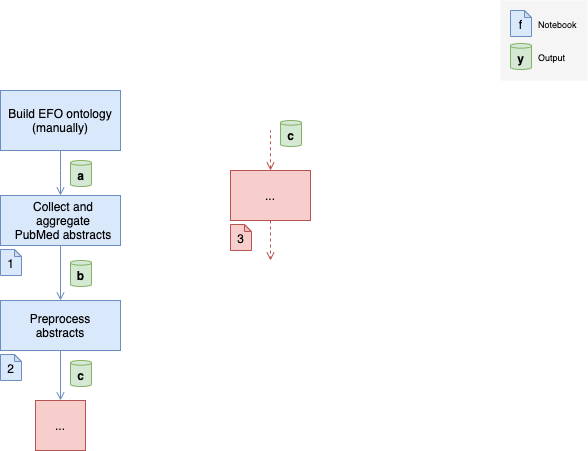
Above: docs/pipeline.drawio.png in morteza/CogText (draw.io), before the change. Source tidied: cells renumbered, new cells last; positions are measured from the earlier drawing's top-left corner, leaving out a move shared by most shapes. The source it was exported from:
```xml
<mxGraphModel shadow="1" math="1">
  <root>
    <mxCell id="0" />
    <mxCell id="1" parent="0" />
    <mxCell id="2" style="edgeStyle=orthogonalEdgeStyle;rounded=0;jettySize=auto;html=1;sketch=0;shadow=0;fillColor=#dae8fc;strokeColor=#6c8ebf;endArrow=open;endFill=0;" parent="1" edge="1" source="3" target="9">
      <mxGeometry relative="1" as="geometry" />
    </mxCell>
    <mxCell id="3" value="Collect and aggregate&lt;br&gt;PubMed abstracts" style="whiteSpace=wrap;html=1;shadow=0;fillColor=#dae8fc;strokeColor=#6c8ebf;sketch=0;verticalAlign=middle;align=center;spacingLeft=6;" parent="1" vertex="1">
      <mxGeometry y="195" width="120" height="50" as="geometry" />
    </mxCell>
    <mxCell id="4" value="1" style="shape=note;whiteSpace=wrap;html=1;backgroundOutline=1;darkOpacity=0.05;shadow=0;size=7;spacingTop=1;sketch=0;fillColor=#dae8fc;strokeColor=#6c8ebf;" parent="1" vertex="1">
      <mxGeometry y="249" width="21" height="26" as="geometry" />
    </mxCell>
    <mxCell id="5" style="edgeStyle=orthogonalEdgeStyle;rounded=0;jettySize=auto;html=1;fillColor=#dae8fc;strokeColor=#6c8ebf;endArrow=open;endFill=0;" parent="1" edge="1" source="6" target="3">
      <mxGeometry relative="1" as="geometry">
        <Array as="points">
          <mxPoint x="60" y="170" />
          <mxPoint x="60" y="170" />
        </Array>
      </mxGeometry>
    </mxCell>
    <mxCell id="6" value="Build EFO ontology (manually)" style="whiteSpace=wrap;html=1;shadow=0;fillColor=#dae8fc;strokeColor=#6c8ebf;sketch=0;glass=0;" parent="1" vertex="1">
      <mxGeometry y="90" width="120" height="60" as="geometry" />
    </mxCell>
    <mxCell id="7" value="&lt;font&gt;b&lt;/font&gt;" style="shape=cylinder3;whiteSpace=wrap;html=1;boundedLbl=1;backgroundOutline=1;size=2.3359222412109375;shadow=0;glass=0;sketch=0;fillColor=#d5e8d4;strokeColor=#82b366;fontStyle=1;" parent="1" vertex="1">
      <mxGeometry x="70" y="260" width="21" height="26" as="geometry" />
    </mxCell>
    <mxCell id="8" style="edgeStyle=orthogonalEdgeStyle;rounded=0;jettySize=auto;html=1;fillColor=#dae8fc;strokeColor=#6c8ebf;endArrow=open;endFill=0;" parent="1" edge="1" source="9" target="12">
      <mxGeometry relative="1" as="geometry" />
    </mxCell>
    <mxCell id="9" value="Preprocess&lt;br&gt;abstracts" style="whiteSpace=wrap;html=1;shadow=0;fillColor=#dae8fc;strokeColor=#6c8ebf;sketch=0;" parent="1" vertex="1">
      <mxGeometry y="300" width="120" height="50" as="geometry" />
    </mxCell>
    <mxCell id="10" value="&lt;font&gt;a&lt;/font&gt;" style="shape=cylinder3;whiteSpace=wrap;html=1;boundedLbl=1;backgroundOutline=1;size=2.3359222412109375;shadow=0;glass=0;sketch=0;fillColor=#d5e8d4;strokeColor=#82b366;fontStyle=1;" parent="1" vertex="1">
      <mxGeometry x="70" y="160" width="21" height="26" as="geometry" />
    </mxCell>
    <mxCell id="11" value="2" style="shape=note;whiteSpace=wrap;html=1;backgroundOutline=1;darkOpacity=0.05;shadow=0;size=7;spacingTop=1;sketch=0;fillColor=#dae8fc;strokeColor=#6c8ebf;" parent="1" vertex="1">
      <mxGeometry y="354" width="21" height="26" as="geometry" />
    </mxCell>
    <mxCell id="12" value="..." style="whiteSpace=wrap;html=1;shadow=0;fillColor=#f8cecc;strokeColor=#b85450;sketch=0;glass=0;" parent="1" vertex="1">
      <mxGeometry x="35" y="400" width="50" height="50" as="geometry" />
    </mxCell>
    <mxCell id="13" value="&lt;font&gt;c&lt;/font&gt;" style="shape=cylinder3;whiteSpace=wrap;html=1;boundedLbl=1;backgroundOutline=1;size=2.3359222412109375;shadow=0;glass=0;sketch=0;fillColor=#d5e8d4;strokeColor=#82b366;fontStyle=1;" parent="1" vertex="1">
      <mxGeometry x="70" y="360" width="21" height="26" as="geometry" />
    </mxCell>
    <mxCell id="14" style="group;" parent="1" vertex="1">
      <mxGeometry x="500" width="87" height="80" as="geometry" />
    </mxCell>
    <mxCell id="15" style="whiteSpace=wrap;html=1;shadow=0;fontSize=12;fillColor=#f5f5f5;fontColor=#333333;strokeColor=none;" parent="14" vertex="1">
      <mxGeometry width="87" height="80" as="geometry" />
    </mxCell>
    <mxCell id="16" value="f" style="shape=note;whiteSpace=wrap;html=1;backgroundOutline=1;darkOpacity=0.05;shadow=0;size=7;spacingTop=1;sketch=0;fillColor=#dae8fc;strokeColor=#6c8ebf;fontSize=12;" parent="14" vertex="1">
      <mxGeometry x="10" y="10" width="21" height="26" as="geometry" />
    </mxCell>
    <mxCell id="17" value="&lt;font style=&quot;font-size: 12px;&quot;&gt;y&lt;/font&gt;" style="shape=cylinder3;whiteSpace=wrap;html=1;boundedLbl=1;backgroundOutline=1;size=2.3359222412109375;shadow=0;glass=0;sketch=0;fillColor=#d5e8d4;strokeColor=#82b366;fontStyle=1;fontSize=12;" parent="14" vertex="1">
      <mxGeometry x="10" y="43" width="21" height="26" as="geometry" />
    </mxCell>
    <mxCell id="18" value="Notebook" style="text;html=1;align=left;verticalAlign=middle;strokeColor=none;fontSize=9;shadow=0;" parent="14" vertex="1">
      <mxGeometry x="36" y="14" width="50" height="20" as="geometry" />
    </mxCell>
    <mxCell id="19" value="Output" style="text;html=1;align=left;verticalAlign=middle;strokeColor=none;fontSize=9;shadow=0;" parent="14" vertex="1">
      <mxGeometry x="36" y="47" width="40" height="20" as="geometry" />
    </mxCell>
    <mxCell id="20" style="edgeStyle=orthogonalEdgeStyle;rounded=0;jettySize=auto;html=1;exitX=0.5;exitY=0;exitDx=0;exitDy=0;fontSize=12;fontColor=#000000;endArrow=none;endFill=0;dashed=1;startArrow=open;startFill=0;fillColor=#f8cecc;strokeColor=#b85450;" parent="1" edge="1" source="22">
      <mxGeometry relative="1" as="geometry">
        <mxPoint x="270" y="130" as="targetPoint" />
      </mxGeometry>
    </mxCell>
    <mxCell id="21" style="edgeStyle=orthogonalEdgeStyle;rounded=0;jettySize=auto;html=1;dashed=1;fontSize=12;fontColor=#000000;startArrow=none;startFill=0;endArrow=open;endFill=0;fillColor=#f8cecc;strokeColor=#b85450;" parent="1" edge="1" source="22">
      <mxGeometry relative="1" as="geometry">
        <mxPoint x="270" y="260" as="targetPoint" />
      </mxGeometry>
    </mxCell>
    <mxCell id="22" value="..." style="whiteSpace=wrap;html=1;shadow=0;fillColor=#f8cecc;strokeColor=#b85450;sketch=0;" parent="1" vertex="1">
      <mxGeometry x="230" y="170" width="80" height="50" as="geometry" />
    </mxCell>
    <mxCell id="23" value="&lt;font&gt;c&lt;/font&gt;" style="shape=cylinder3;whiteSpace=wrap;html=1;boundedLbl=1;backgroundOutline=1;size=2.3359222412109375;shadow=0;glass=0;sketch=0;fillColor=#d5e8d4;strokeColor=#82b366;fontStyle=1;" parent="1" vertex="1">
      <mxGeometry x="280" y="120" width="21" height="26" as="geometry" />
    </mxCell>
    <mxCell id="24" value="3" style="shape=note;whiteSpace=wrap;html=1;backgroundOutline=1;darkOpacity=0.05;shadow=0;size=7;spacingTop=1;sketch=0;fillColor=#f8cecc;strokeColor=#b85450;" parent="1" vertex="1">
      <mxGeometry x="230" y="224" width="21" height="26" as="geometry" />
    </mxCell>
  </root>
</mxGraphModel>
```
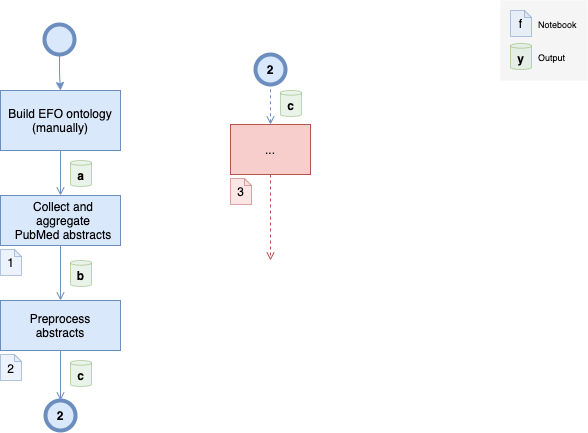
The same file after the commit.

Commit message:
comment for future dev

Diff of the diagram source:
```diff
@@ -5,12 +5,6 @@
     <mxCell id="2" style="edgeStyle=orthogonalEdgeStyle;rounded=0;jettySize=auto;html=1;sketch=0;shadow=0;fillColor=#dae8fc;strokeColor=#6c8ebf;endArrow=open;endFill=0;" parent="1" edge="1" source="3" target="9">
       <mxGeometry relative="1" as="geometry" />
     </mxCell>
-    <mxCell id="3" value="Collect and aggregate&lt;br&gt;PubMed abstracts" style="whiteSpace=wrap;html=1;shadow=0;fillColor=#dae8fc;strokeColor=#6c8ebf;sketch=0;verticalAlign=middle;align=center;spacingLeft=6;" parent="1" vertex="1">
-      <mxGeometry y="195" width="120" height="50" as="geometry" />
-    </mxCell>
-    <mxCell id="4" value="1" style="shape=note;whiteSpace=wrap;html=1;backgroundOutline=1;darkOpacity=0.05;shadow=0;size=7;spacingTop=1;sketch=0;fillColor=#dae8fc;strokeColor=#6c8ebf;" parent="1" vertex="1">
-      <mxGeometry y="249" width="21" height="26" as="geometry" />
-    </mxCell>
     <mxCell id="5" style="edgeStyle=orthogonalEdgeStyle;rounded=0;jettySize=auto;html=1;fillColor=#dae8fc;strokeColor=#6c8ebf;endArrow=open;endFill=0;" parent="1" edge="1" source="6" target="3">
       <mxGeometry relative="1" as="geometry">
         <Array as="points">
@@ -22,25 +16,16 @@
     <mxCell id="6" value="Build EFO ontology (manually)" style="whiteSpace=wrap;html=1;shadow=0;fillColor=#dae8fc;strokeColor=#6c8ebf;sketch=0;glass=0;" parent="1" vertex="1">
       <mxGeometry y="90" width="120" height="60" as="geometry" />
     </mxCell>
-    <mxCell id="7" value="&lt;font&gt;b&lt;/font&gt;" style="shape=cylinder3;whiteSpace=wrap;html=1;boundedLbl=1;backgroundOutline=1;size=2.3359222412109375;shadow=0;glass=0;sketch=0;fillColor=#d5e8d4;strokeColor=#82b366;fontStyle=1;" parent="1" vertex="1">
+    <mxCell id="7" value="&lt;font&gt;b&lt;/font&gt;" style="shape=cylinder3;whiteSpace=wrap;html=1;boundedLbl=1;backgroundOutline=1;size=2.3359222412109375;shadow=0;glass=0;sketch=0;fillColor=#d5e8d4;strokeColor=#82b366;fontStyle=1;opacity=50;" parent="1" vertex="1">
       <mxGeometry x="70" y="260" width="21" height="26" as="geometry" />
     </mxCell>
-    <mxCell id="8" style="edgeStyle=orthogonalEdgeStyle;rounded=0;jettySize=auto;html=1;fillColor=#dae8fc;strokeColor=#6c8ebf;endArrow=open;endFill=0;" parent="1" edge="1" source="9" target="12">
+    <mxCell id="8" style="edgeStyle=orthogonalEdgeStyle;rounded=0;jettySize=auto;html=1;fillColor=#dae8fc;strokeColor=#6c8ebf;endArrow=open;endFill=0;entryX=0.5;entryY=0;entryDx=0;entryDy=0;" parent="1" edge="1" source="9" target="31">
       <mxGeometry relative="1" as="geometry" />
     </mxCell>
-    <mxCell id="9" value="Preprocess&lt;br&gt;abstracts" style="whiteSpace=wrap;html=1;shadow=0;fillColor=#dae8fc;strokeColor=#6c8ebf;sketch=0;" parent="1" vertex="1">
-      <mxGeometry y="300" width="120" height="50" as="geometry" />
-    </mxCell>
-    <mxCell id="10" value="&lt;font&gt;a&lt;/font&gt;" style="shape=cylinder3;whiteSpace=wrap;html=1;boundedLbl=1;backgroundOutline=1;size=2.3359222412109375;shadow=0;glass=0;sketch=0;fillColor=#d5e8d4;strokeColor=#82b366;fontStyle=1;" parent="1" vertex="1">
+    <mxCell id="10" value="&lt;font&gt;a&lt;/font&gt;" style="shape=cylinder3;whiteSpace=wrap;html=1;boundedLbl=1;backgroundOutline=1;size=2.3359222412109375;shadow=0;glass=0;sketch=0;fillColor=#d5e8d4;strokeColor=#82b366;fontStyle=1;opacity=50;" parent="1" vertex="1">
       <mxGeometry x="70" y="160" width="21" height="26" as="geometry" />
     </mxCell>
-    <mxCell id="11" value="2" style="shape=note;whiteSpace=wrap;html=1;backgroundOutline=1;darkOpacity=0.05;shadow=0;size=7;spacingTop=1;sketch=0;fillColor=#dae8fc;strokeColor=#6c8ebf;" parent="1" vertex="1">
-      <mxGeometry y="354" width="21" height="26" as="geometry" />
-    </mxCell>
-    <mxCell id="12" value="..." style="whiteSpace=wrap;html=1;shadow=0;fillColor=#f8cecc;strokeColor=#b85450;sketch=0;glass=0;" parent="1" vertex="1">
-      <mxGeometry x="35" y="400" width="50" height="50" as="geometry" />
-    </mxCell>
-    <mxCell id="13" value="&lt;font&gt;c&lt;/font&gt;" style="shape=cylinder3;whiteSpace=wrap;html=1;boundedLbl=1;backgroundOutline=1;size=2.3359222412109375;shadow=0;glass=0;sketch=0;fillColor=#d5e8d4;strokeColor=#82b366;fontStyle=1;" parent="1" vertex="1">
+    <mxCell id="13" value="&lt;font&gt;c&lt;/font&gt;" style="shape=cylinder3;whiteSpace=wrap;html=1;boundedLbl=1;backgroundOutline=1;size=2.3359222412109375;shadow=0;glass=0;sketch=0;fillColor=#d5e8d4;strokeColor=#82b366;fontStyle=1;opacity=50;" parent="1" vertex="1">
       <mxGeometry x="70" y="360" width="21" height="26" as="geometry" />
     </mxCell>
     <mxCell id="14" style="group;" parent="1" vertex="1">
@@ -49,10 +34,10 @@
     <mxCell id="15" style="whiteSpace=wrap;html=1;shadow=0;fontSize=12;fillColor=#f5f5f5;fontColor=#333333;strokeColor=none;" parent="14" vertex="1">
       <mxGeometry width="87" height="80" as="geometry" />
     </mxCell>
-    <mxCell id="16" value="f" style="shape=note;whiteSpace=wrap;html=1;backgroundOutline=1;darkOpacity=0.05;shadow=0;size=7;spacingTop=1;sketch=0;fillColor=#dae8fc;strokeColor=#6c8ebf;fontSize=12;" parent="14" vertex="1">
+    <mxCell id="16" value="f" style="shape=note;whiteSpace=wrap;html=1;backgroundOutline=1;darkOpacity=0.05;shadow=0;size=7;spacingTop=1;sketch=0;fillColor=#dae8fc;strokeColor=#6c8ebf;fontSize=12;opacity=50;" parent="14" vertex="1">
       <mxGeometry x="10" y="10" width="21" height="26" as="geometry" />
     </mxCell>
-    <mxCell id="17" value="&lt;font style=&quot;font-size: 12px;&quot;&gt;y&lt;/font&gt;" style="shape=cylinder3;whiteSpace=wrap;html=1;boundedLbl=1;backgroundOutline=1;size=2.3359222412109375;shadow=0;glass=0;sketch=0;fillColor=#d5e8d4;strokeColor=#82b366;fontStyle=1;fontSize=12;" parent="14" vertex="1">
+    <mxCell id="17" value="&lt;font style=&quot;font-size: 12px;&quot;&gt;y&lt;/font&gt;" style="shape=cylinder3;whiteSpace=wrap;html=1;boundedLbl=1;backgroundOutline=1;size=2.3359222412109375;shadow=0;glass=0;sketch=0;fillColor=#d5e8d4;strokeColor=#82b366;fontStyle=1;fontSize=12;opacity=50;" parent="14" vertex="1">
       <mxGeometry x="10" y="43" width="21" height="26" as="geometry" />
     </mxCell>
     <mxCell id="18" value="Notebook" style="text;html=1;align=left;verticalAlign=middle;strokeColor=none;fontSize=9;shadow=0;" parent="14" vertex="1">
@@ -61,24 +46,58 @@
     <mxCell id="19" value="Output" style="text;html=1;align=left;verticalAlign=middle;strokeColor=none;fontSize=9;shadow=0;" parent="14" vertex="1">
       <mxGeometry x="36" y="47" width="40" height="20" as="geometry" />
     </mxCell>
-    <mxCell id="20" style="edgeStyle=orthogonalEdgeStyle;rounded=0;jettySize=auto;html=1;exitX=0.5;exitY=0;exitDx=0;exitDy=0;fontSize=12;fontColor=#000000;endArrow=none;endFill=0;dashed=1;startArrow=open;startFill=0;fillColor=#f8cecc;strokeColor=#b85450;" parent="1" edge="1" source="22">
-      <mxGeometry relative="1" as="geometry">
-        <mxPoint x="270" y="130" as="targetPoint" />
-      </mxGeometry>
+    <mxCell id="20" style="edgeStyle=orthogonalEdgeStyle;rounded=0;jettySize=auto;html=1;exitX=0.5;exitY=0;exitDx=0;exitDy=0;fontSize=12;fontColor=#000000;endArrow=none;endFill=0;dashed=1;startArrow=open;startFill=0;fillColor=#dae8fc;strokeColor=#6c8ebf;" parent="1" edge="1" source="22" target="32">
+      <mxGeometry relative="1" as="geometry" />
     </mxCell>
     <mxCell id="21" style="edgeStyle=orthogonalEdgeStyle;rounded=0;jettySize=auto;html=1;dashed=1;fontSize=12;fontColor=#000000;startArrow=none;startFill=0;endArrow=open;endFill=0;fillColor=#f8cecc;strokeColor=#b85450;" parent="1" edge="1" source="22">
       <mxGeometry relative="1" as="geometry">
         <mxPoint x="270" y="260" as="targetPoint" />
       </mxGeometry>
     </mxCell>
+    <mxCell id="23" value="&lt;font&gt;c&lt;/font&gt;" style="shape=cylinder3;whiteSpace=wrap;html=1;boundedLbl=1;backgroundOutline=1;size=2.3359222412109375;shadow=0;glass=0;sketch=0;fillColor=#d5e8d4;strokeColor=#82b366;fontStyle=1;opacity=50;" parent="1" vertex="1">
+      <mxGeometry x="280" y="90" width="21" height="26" as="geometry" />
+    </mxCell>
+    <mxCell id="25" style="group;" parent="1" vertex="1">
+      <mxGeometry y="300" width="120" height="80" as="geometry" />
+    </mxCell>
+    <mxCell id="9" value="Preprocess&lt;br&gt;abstracts" style="whiteSpace=wrap;html=1;shadow=0;fillColor=#dae8fc;strokeColor=#6c8ebf;sketch=0;" parent="25" vertex="1">
+      <mxGeometry width="120" height="50" as="geometry" />
+    </mxCell>
+    <mxCell id="11" value="2" style="shape=note;whiteSpace=wrap;html=1;backgroundOutline=1;darkOpacity=0.05;shadow=0;size=7;spacingTop=1;sketch=0;fillColor=#dae8fc;strokeColor=#6c8ebf;opacity=50;" parent="25" vertex="1">
+      <mxGeometry y="54" width="21" height="26" as="geometry" />
+    </mxCell>
+    <mxCell id="26" style="group;opacity=60;" parent="1" vertex="1">
+      <mxGeometry y="195" width="120" height="80" as="geometry" />
+    </mxCell>
+    <mxCell id="27" style="group;" parent="26" vertex="1">
+      <mxGeometry width="120" height="80" as="geometry" />
+    </mxCell>
+    <mxCell id="3" value="Collect and aggregate&lt;br&gt;PubMed abstracts" style="whiteSpace=wrap;html=1;shadow=0;fillColor=#dae8fc;strokeColor=#6c8ebf;sketch=0;verticalAlign=middle;align=center;spacingLeft=6;" parent="27" vertex="1">
+      <mxGeometry width="120" height="50" as="geometry" />
+    </mxCell>
+    <mxCell id="4" value="1" style="shape=note;whiteSpace=wrap;html=1;backgroundOutline=1;darkOpacity=0.05;shadow=0;size=7;spacingTop=1;sketch=0;fillColor=#dae8fc;strokeColor=#6c8ebf;opacity=50;" parent="27" vertex="1">
+      <mxGeometry y="54" width="21" height="26" as="geometry" />
+    </mxCell>
+    <mxCell id="28" style="group;" parent="1" vertex="1">
+      <mxGeometry x="230" y="124" width="80" height="80" as="geometry" />
+    </mxCell>
-    <mxCell id="22" value="..." style="whiteSpace=wrap;html=1;shadow=0;fillColor=#f8cecc;strokeColor=#b85450;sketch=0;" parent="1" vertex="1">
-      <mxGeometry x="230" y="170" width="80" height="50" as="geometry" />
+    <mxCell id="22" value="..." style="whiteSpace=wrap;html=1;shadow=0;fillColor=#f8cecc;strokeColor=#b85450;sketch=0;" parent="28" vertex="1">
+      <mxGeometry width="80" height="50" as="geometry" />
     </mxCell>
-    <mxCell id="23" value="&lt;font&gt;c&lt;/font&gt;" style="shape=cylinder3;whiteSpace=wrap;html=1;boundedLbl=1;backgroundOutline=1;size=2.3359222412109375;shadow=0;glass=0;sketch=0;fillColor=#d5e8d4;strokeColor=#82b366;fontStyle=1;" parent="1" vertex="1">
-      <mxGeometry x="280" y="120" width="21" height="26" as="geometry" />
-    </mxCell>
-    <mxCell id="24" value="3" style="shape=note;whiteSpace=wrap;html=1;backgroundOutline=1;darkOpacity=0.05;shadow=0;size=7;spacingTop=1;sketch=0;fillColor=#f8cecc;strokeColor=#b85450;" parent="1" vertex="1">
-      <mxGeometry x="230" y="224" width="21" height="26" as="geometry" />
+    <mxCell id="24" value="3" style="shape=note;whiteSpace=wrap;html=1;backgroundOutline=1;darkOpacity=0.05;shadow=0;size=7;spacingTop=1;sketch=0;fillColor=#f8cecc;strokeColor=#b85450;opacity=50;" parent="28" vertex="1">
+      <mxGeometry y="54" width="21" height="26" as="geometry" />
     </mxCell>
+    <mxCell id="29" style="edgeStyle=orthogonalEdgeStyle;rounded=0;jettySize=auto;html=1;fillColor=#dae8fc;strokeColor=#6C8EBF;" parent="1" edge="1" source="30" target="6">
+      <mxGeometry relative="1" as="geometry" />
+    </mxCell>
+    <mxCell id="30" style="ellipse;whiteSpace=wrap;html=1;strokeWidth=4;fillColor=#dae8fc;strokeColor=#6c8ebf;fontStyle=1;" parent="1" vertex="1">
+      <mxGeometry x="44" y="24" width="30" height="30" as="geometry" />
+    </mxCell>
+    <mxCell id="31" value="2" style="ellipse;whiteSpace=wrap;html=1;strokeWidth=4;fillColor=#dae8fc;strokeColor=#6c8ebf;fontStyle=1;" parent="1" vertex="1">
+      <mxGeometry x="45" y="400" width="30" height="30" as="geometry" />
+    </mxCell>
+    <mxCell id="32" value="2" style="ellipse;whiteSpace=wrap;html=1;strokeWidth=4;fillColor=#dae8fc;strokeColor=#6c8ebf;fontStyle=1;" parent="1" vertex="1">
+      <mxGeometry x="255" y="54" width="30" height="30" as="geometry" />
+    </mxCell>
   </root>
 </mxGraphModel>
```
